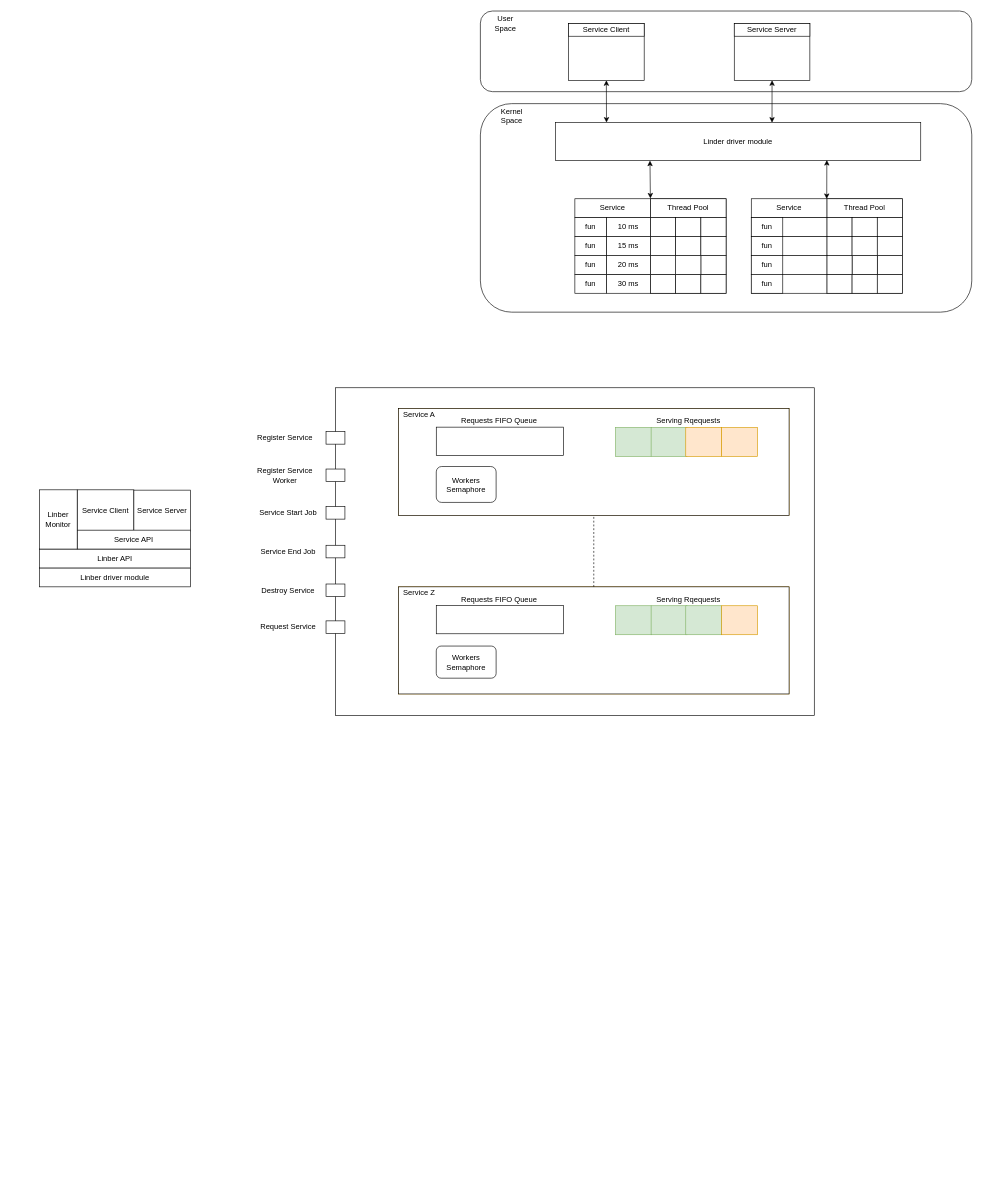
Before: img/Linber_schema.drawio in GiovanniFalzone/linber, a draw.io diagram. Source tidied: cells renumbered, new cells numbered last; positions are measured from the earlier drawing's top-left corner, leaving out a move shared by most shapes. Both pictures are drawn from the tidied source at 63%, with x=0, y=0 at pixel (39, 11).
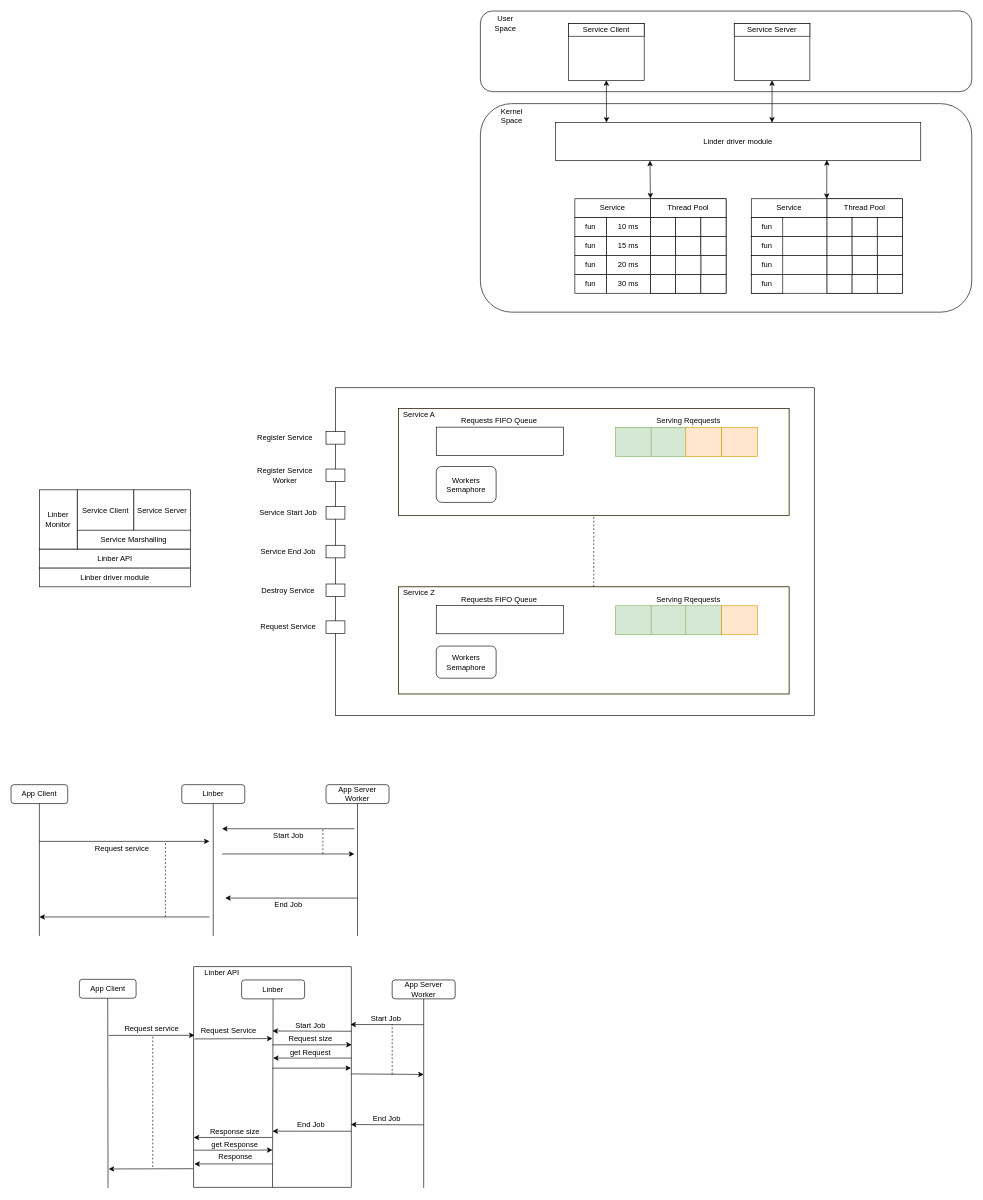
The same diagram, later.

The change refers to these unchanged cells:
```xml
<mxCell id="110" style="group;" parent="1" vertex="1">
  <mxGeometry y="760" width="240" height="154" as="geometry" />
</mxCell>
```

Change to the diagram source:
```diff
@@
     <mxCell id="114" value="Service Server" style="rounded=0;whiteSpace=wrap;html=1;" parent="110" vertex="1">
-      <mxGeometry x="150" y="0.5" width="90" height="65" as="geometry" />
+      <mxGeometry x="150" width="90" height="66" as="geometry" />
     </mxCell>
-    <mxCell id="115" value="Service API" style="rounded=0;whiteSpace=wrap;html=1;" parent="110" vertex="1">
+    <mxCell id="115" value="Service Marshalling" style="rounded=0;whiteSpace=wrap;html=1;" parent="110" vertex="1">
       <mxGeometry x="60" y="64" width="180" height="30" as="geometry" />
     </mxCell>
@@
+    <mxCell id="117" value="App Client" style="rounded=1;whiteSpace=wrap;html=1;" parent="1" vertex="1">
+      <mxGeometry x="-45" y="1228" width="90" height="30" as="geometry" />
+    </mxCell>
+    <mxCell id="118" value="Linber" style="rounded=1;whiteSpace=wrap;html=1;" parent="1" vertex="1">
+      <mxGeometry x="226" y="1228" width="100" height="30" as="geometry" />
+    </mxCell>
+    <mxCell id="119" value="App Server Worker" style="rounded=1;whiteSpace=wrap;html=1;" parent="1" vertex="1">
+      <mxGeometry x="455" y="1228" width="100" height="30" as="geometry" />
+    </mxCell>
+    <mxCell id="120" style="endArrow=classic;html=1;" parent="1" edge="1">
+      <mxGeometry relative="1" as="geometry">
+        <mxPoint y="1318" as="sourcePoint" />
+        <mxPoint x="270" y="1318" as="targetPoint" />
+      </mxGeometry>
+    </mxCell>
+    <mxCell id="121" value="Request service" style="text;html=1;align=center;verticalAlign=middle;labelBackgroundColor=#ffffff;" parent="120" vertex="1">
+      <mxGeometry x="0.22" y="1" relative="1" as="geometry">
+        <mxPoint x="-34.5" y="11" as="offset" />
+      </mxGeometry>
+    </mxCell>
+    <mxCell id="122" style="endArrow=none;html=1;entryX=0.5;entryY=1;entryDx=0;entryDy=0;" parent="1" edge="1" target="118">
+      <mxGeometry relative="1" as="geometry">
+        <mxPoint x="276" y="1468" as="sourcePoint" />
+      </mxGeometry>
+    </mxCell>
+    <mxCell id="123" style="endArrow=classic;html=1;" parent="1" edge="1">
+      <mxGeometry relative="1" as="geometry">
+        <mxPoint x="290" y="1338" as="sourcePoint" />
+        <mxPoint x="500" y="1338" as="targetPoint" />
+      </mxGeometry>
+    </mxCell>
+    <mxCell id="124" style="endArrow=none;html=1;entryX=0.5;entryY=1;entryDx=0;entryDy=0;" parent="1" edge="1" target="119">
+      <mxGeometry relative="1" as="geometry">
+        <mxPoint x="505" y="1468" as="sourcePoint" />
+      </mxGeometry>
+    </mxCell>
+    <mxCell id="125" style="endArrow=none;html=1;entryX=0.5;entryY=1;entryDx=0;entryDy=0;" parent="1" edge="1" target="117">
+      <mxGeometry relative="1" as="geometry">
+        <mxPoint y="1468" as="sourcePoint" />
+      </mxGeometry>
+    </mxCell>
+    <mxCell id="126" style="endArrow=classic;html=1;" parent="1" edge="1">
+      <mxGeometry relative="1" as="geometry">
+        <mxPoint x="500" y="1298" as="sourcePoint" />
+        <mxPoint x="290" y="1298" as="targetPoint" />
+      </mxGeometry>
+    </mxCell>
+    <mxCell id="127" value="Start Job" style="text;html=1;align=center;verticalAlign=middle;labelBackgroundColor=#ffffff;" parent="126" vertex="1">
+      <mxGeometry x="0.51" y="1" relative="1" as="geometry">
+        <mxPoint x="53.5" y="9" as="offset" />
+      </mxGeometry>
+    </mxCell>
+    <mxCell id="128" style="endArrow=classic;html=1;" parent="1" edge="1">
+      <mxGeometry relative="1" as="geometry">
+        <mxPoint x="505" y="1408" as="sourcePoint" />
+        <mxPoint x="295" y="1408" as="targetPoint" />
+      </mxGeometry>
+    </mxCell>
+    <mxCell id="129" value="End Job" style="text;html=1;align=center;verticalAlign=middle;labelBackgroundColor=#ffffff;" parent="128" vertex="1">
+      <mxGeometry x="0.51" y="1" relative="1" as="geometry">
+        <mxPoint x="48.5" y="9" as="offset" />
+      </mxGeometry>
+    </mxCell>
+    <mxCell id="130" style="endArrow=none;dashed=1;html=1;" parent="1" edge="1">
+      <mxGeometry relative="1" as="geometry">
+        <mxPoint x="450" y="1338" as="sourcePoint" />
+        <mxPoint x="450" y="1298" as="targetPoint" />
+      </mxGeometry>
+    </mxCell>
+    <mxCell id="131" style="endArrow=classic;html=1;" parent="1" edge="1">
+      <mxGeometry relative="1" as="geometry">
+        <mxPoint x="270" y="1438" as="sourcePoint" />
+        <mxPoint y="1438" as="targetPoint" />
+      </mxGeometry>
+    </mxCell>
+    <mxCell id="132" style="endArrow=none;dashed=1;html=1;" parent="1" edge="1">
+      <mxGeometry relative="1" as="geometry">
+        <mxPoint x="200" y="1438" as="sourcePoint" />
+        <mxPoint x="200" y="1318" as="targetPoint" />
+      </mxGeometry>
+    </mxCell>
+    <mxCell id="133" style="group;" parent="1" vertex="1">
+      <mxGeometry x="63.5" y="1517" width="596.5" height="351" as="geometry" />
+    </mxCell>
+    <mxCell id="134" style="rounded=0;whiteSpace=wrap;html=1;" parent="133" vertex="1">
+      <mxGeometry x="181.5" width="250" height="350" as="geometry" />
+    </mxCell>
+    <mxCell id="135" value="App Client" style="rounded=1;whiteSpace=wrap;html=1;" parent="133" vertex="1">
+      <mxGeometry y="20" width="90" height="30" as="geometry" />
+    </mxCell>
+    <mxCell id="136" value="Linber" style="rounded=1;whiteSpace=wrap;html=1;" parent="133" vertex="1">
+      <mxGeometry x="257.5" y="21" width="100" height="30" as="geometry" />
+    </mxCell>
+    <mxCell id="137" value="App Server Worker" style="rounded=1;whiteSpace=wrap;html=1;" parent="133" vertex="1">
+      <mxGeometry x="496.5" y="21" width="100" height="30" as="geometry" />
+    </mxCell>
+    <mxCell id="138" style="endArrow=classic;html=1;entryX=0.005;entryY=0.311;entryDx=0;entryDy=0;entryPerimeter=0;" parent="133" edge="1" target="134">
+      <mxGeometry relative="1" as="geometry">
+        <mxPoint x="46.5" y="109" as="sourcePoint" />
+      </mxGeometry>
+    </mxCell>
+    <mxCell id="139" value="Request service" style="text;html=1;align=center;verticalAlign=middle;labelBackgroundColor=#ffffff;" parent="138" vertex="1">
+      <mxGeometry x="0.22" y="1" relative="1" as="geometry">
+        <mxPoint x="-15.5" y="-9" as="offset" />
+      </mxGeometry>
+    </mxCell>
+    <mxCell id="140" style="endArrow=none;html=1;entryX=0.5;entryY=1;entryDx=0;entryDy=0;exitX=0.5;exitY=1;exitDx=0;exitDy=0;" parent="133" edge="1" source="134" target="136">
+      <mxGeometry relative="1" as="geometry" />
+    </mxCell>
+    <mxCell id="141" style="endArrow=classic;html=1;exitX=1;exitY=0.486;exitDx=0;exitDy=0;exitPerimeter=0;" parent="133" edge="1" source="134">
+      <mxGeometry relative="1" as="geometry">
+        <mxPoint x="546.5" y="171" as="targetPoint" />
+      </mxGeometry>
+    </mxCell>
+    <mxCell id="142" style="endArrow=none;html=1;entryX=0.5;entryY=1;entryDx=0;entryDy=0;" parent="133" edge="1" target="137">
+      <mxGeometry relative="1" as="geometry">
+        <mxPoint x="546.5" y="351" as="sourcePoint" />
+      </mxGeometry>
+    </mxCell>
+    <mxCell id="143" style="endArrow=none;html=1;entryX=0.5;entryY=1;entryDx=0;entryDy=0;" parent="133" edge="1" target="135">
+      <mxGeometry relative="1" as="geometry">
+        <mxPoint x="45.5" y="351" as="sourcePoint" />
+      </mxGeometry>
+    </mxCell>
+    <mxCell id="144" style="endArrow=classic;html=1;entryX=0.995;entryY=0.262;entryDx=0;entryDy=0;entryPerimeter=0;" parent="133" edge="1" target="134">
+      <mxGeometry relative="1" as="geometry">
+        <mxPoint x="546.5" y="92" as="sourcePoint" />
+      </mxGeometry>
+    </mxCell>
+    <mxCell id="145" value="Start Job" style="text;html=1;align=center;verticalAlign=middle;labelBackgroundColor=#ffffff;" parent="144" vertex="1">
+      <mxGeometry x="0.51" y="1" relative="1" as="geometry">
+        <mxPoint x="27.5" y="-10.5" as="offset" />
+      </mxGeometry>
+    </mxCell>
+    <mxCell id="146" style="endArrow=classic;html=1;entryX=0.998;entryY=0.713;entryDx=0;entryDy=0;entryPerimeter=0;" parent="133" edge="1">
+      <mxGeometry relative="1" as="geometry">
+        <mxPoint x="546.5" y="251" as="sourcePoint" />
+        <mxPoint x="431" y="250.5" as="targetPoint" />
+      </mxGeometry>
+    </mxCell>
+    <mxCell id="147" value="End Job" style="text;html=1;align=center;verticalAlign=middle;labelBackgroundColor=#ffffff;" parent="146" vertex="1">
+      <mxGeometry x="0.51" y="1" relative="1" as="geometry">
+        <mxPoint x="27.5" y="-10.5" as="offset" />
+      </mxGeometry>
+    </mxCell>
+    <mxCell id="148" style="endArrow=none;dashed=1;html=1;" parent="133" edge="1">
+      <mxGeometry relative="1" as="geometry">
+        <mxPoint x="496.5" y="171" as="sourcePoint" />
+        <mxPoint x="496.5" y="91" as="targetPoint" />
+      </mxGeometry>
+    </mxCell>
+    <mxCell id="149" style="endArrow=classic;html=1;exitX=-0.004;exitY=0.816;exitDx=0;exitDy=0;exitPerimeter=0;" parent="133" edge="1">
+      <mxGeometry relative="1" as="geometry">
+        <mxPoint x="180.5" y="320.6" as="sourcePoint" />
+        <mxPoint x="46.5" y="321" as="targetPoint" />
+      </mxGeometry>
+    </mxCell>
+    <mxCell id="150" style="endArrow=none;dashed=1;html=1;" parent="133" edge="1">
+      <mxGeometry relative="1" as="geometry">
+        <mxPoint x="116.5" y="318" as="sourcePoint" />
+        <mxPoint x="116.5" y="108" as="targetPoint" />
+      </mxGeometry>
+    </mxCell>
+    <mxCell id="151" value="Linber API" style="text;html=1;strokeColor=none;fillColor=none;align=center;verticalAlign=middle;whiteSpace=wrap;rounded=0;" parent="133" vertex="1">
+      <mxGeometry x="181.5" width="90" height="20" as="geometry" />
+    </mxCell>
+    <mxCell id="152" style="endArrow=classic;html=1;exitX=1.002;exitY=0.281;exitDx=0;exitDy=0;exitPerimeter=0;" parent="133" edge="1">
+      <mxGeometry relative="1" as="geometry">
+        <mxPoint x="432" y="102.4" as="sourcePoint" />
+        <mxPoint x="306.5" y="102" as="targetPoint" />
+      </mxGeometry>
+    </mxCell>
+    <mxCell id="153" value="Start Job" style="text;html=1;align=center;verticalAlign=middle;labelBackgroundColor=#ffffff;" parent="152" vertex="1">
+      <mxGeometry x="0.51" y="1" relative="1" as="geometry">
+        <mxPoint x="29.5" y="-11" as="offset" />
+      </mxGeometry>
+    </mxCell>
+    <mxCell id="154" style="endArrow=classic;html=1;entryX=1.003;entryY=0.374;entryDx=0;entryDy=0;entryPerimeter=0;" parent="133" edge="1">
+      <mxGeometry relative="1" as="geometry">
+        <mxPoint x="306.5" y="124" as="sourcePoint" />
+        <mxPoint x="432.2" y="123.9" as="targetPoint" />
+      </mxGeometry>
+    </mxCell>
+    <mxCell id="155" value="Request size" style="text;html=1;align=center;verticalAlign=middle;labelBackgroundColor=#ffffff;" parent="154" vertex="1">
+      <mxGeometry x="0.12" relative="1" as="geometry">
+        <mxPoint x="-10.5" y="-10" as="offset" />
+      </mxGeometry>
+    </mxCell>
+    <mxCell id="156" style="endArrow=classic;html=1;entryX=1.003;entryY=0.374;entryDx=0;entryDy=0;entryPerimeter=0;" parent="133" edge="1">
+      <mxGeometry relative="1" as="geometry">
+        <mxPoint x="306.5" y="161" as="sourcePoint" />
+        <mxPoint x="431.2" y="160.9" as="targetPoint" />
+      </mxGeometry>
+    </mxCell>
+    <mxCell id="157" style="endArrow=classic;html=1;exitX=0.997;exitY=0.277;exitDx=0;exitDy=0;exitPerimeter=0;" parent="133" edge="1">
+      <mxGeometry relative="1" as="geometry">
+        <mxPoint x="431.7" y="145" as="sourcePoint" />
+        <mxPoint x="307.5" y="145" as="targetPoint" />
+      </mxGeometry>
+    </mxCell>
+    <mxCell id="158" value="get Request" style="text;html=1;align=center;verticalAlign=middle;labelBackgroundColor=#ffffff;" parent="157" vertex="1">
+      <mxGeometry x="0.51" y="1" relative="1" as="geometry">
+        <mxPoint x="28.5" y="-11" as="offset" />
+      </mxGeometry>
+    </mxCell>
+    <mxCell id="159" style="endArrow=classic;html=1;exitX=0.005;exitY=0.319;exitDx=0;exitDy=0;exitPerimeter=0;" parent="133" edge="1">
+      <mxGeometry relative="1" as="geometry">
+        <mxPoint x="182.8" y="114.6" as="sourcePoint" />
+        <mxPoint x="306.5" y="114" as="targetPoint" />
+      </mxGeometry>
+    </mxCell>
+    <mxCell id="160" value="Request Service" style="text;html=1;align=center;verticalAlign=middle;labelBackgroundColor=#ffffff;" parent="159" vertex="1">
+      <mxGeometry x="-0.14" y="1" relative="1" as="geometry">
+        <mxPoint x="0.5" y="-12.5" as="offset" />
+      </mxGeometry>
+    </mxCell>
+    <mxCell id="161" style="endArrow=classic;html=1;exitX=0.999;exitY=0.746;exitDx=0;exitDy=0;exitPerimeter=0;" parent="133" edge="1" source="134">
+      <mxGeometry relative="1" as="geometry">
+        <mxPoint x="306.5" y="261" as="targetPoint" />
+      </mxGeometry>
+    </mxCell>
+    <mxCell id="162" value="&lt;div&gt;End Job&lt;/div&gt;" style="text;html=1;align=center;verticalAlign=middle;labelBackgroundColor=#ffffff;" parent="161" vertex="1">
+      <mxGeometry x="0.54" y="-1" relative="1" as="geometry">
+        <mxPoint x="31.5" y="-9.5" as="offset" />
+      </mxGeometry>
+    </mxCell>
+    <mxCell id="163" style="endArrow=classic;html=1;" parent="133" edge="1">
+      <mxGeometry relative="1" as="geometry">
+        <mxPoint x="306.5" y="271" as="sourcePoint" />
+        <mxPoint x="181.5" y="271" as="targetPoint" />
+      </mxGeometry>
+    </mxCell>
+    <mxCell id="164" value="Response size" style="text;html=1;align=center;verticalAlign=middle;labelBackgroundColor=#ffffff;" parent="163" vertex="1">
+      <mxGeometry x="-0.06" relative="1" as="geometry">
+        <mxPoint x="-1.5" y="-10" as="offset" />
+      </mxGeometry>
+    </mxCell>
+    <mxCell id="165" style="endArrow=classic;html=1;exitX=0;exitY=0.832;exitDx=0;exitDy=0;exitPerimeter=0;" parent="133" edge="1" source="134">
+      <mxGeometry relative="1" as="geometry">
+        <mxPoint x="306.5" y="291" as="targetPoint" />
+      </mxGeometry>
+    </mxCell>
+    <mxCell id="166" value="get Response" style="text;html=1;align=center;verticalAlign=middle;labelBackgroundColor=#ffffff;" parent="165" vertex="1">
+      <mxGeometry x="0.12" relative="1" as="geometry">
+        <mxPoint x="-5" y="-10" as="offset" />
+      </mxGeometry>
+    </mxCell>
+    <mxCell id="167" style="endArrow=classic;html=1;" parent="133" edge="1">
+      <mxGeometry relative="1" as="geometry">
+        <mxPoint x="306.5" y="313" as="sourcePoint" />
+        <mxPoint x="182.5" y="313" as="targetPoint" />
+      </mxGeometry>
+    </mxCell>
+    <mxCell id="168" value="Response" style="text;html=1;align=center;verticalAlign=middle;labelBackgroundColor=#ffffff;" parent="167" vertex="1">
+      <mxGeometry x="0.11" relative="1" as="geometry">
+        <mxPoint x="9" y="-12" as="offset" />
+      </mxGeometry>
+    </mxCell>
```
